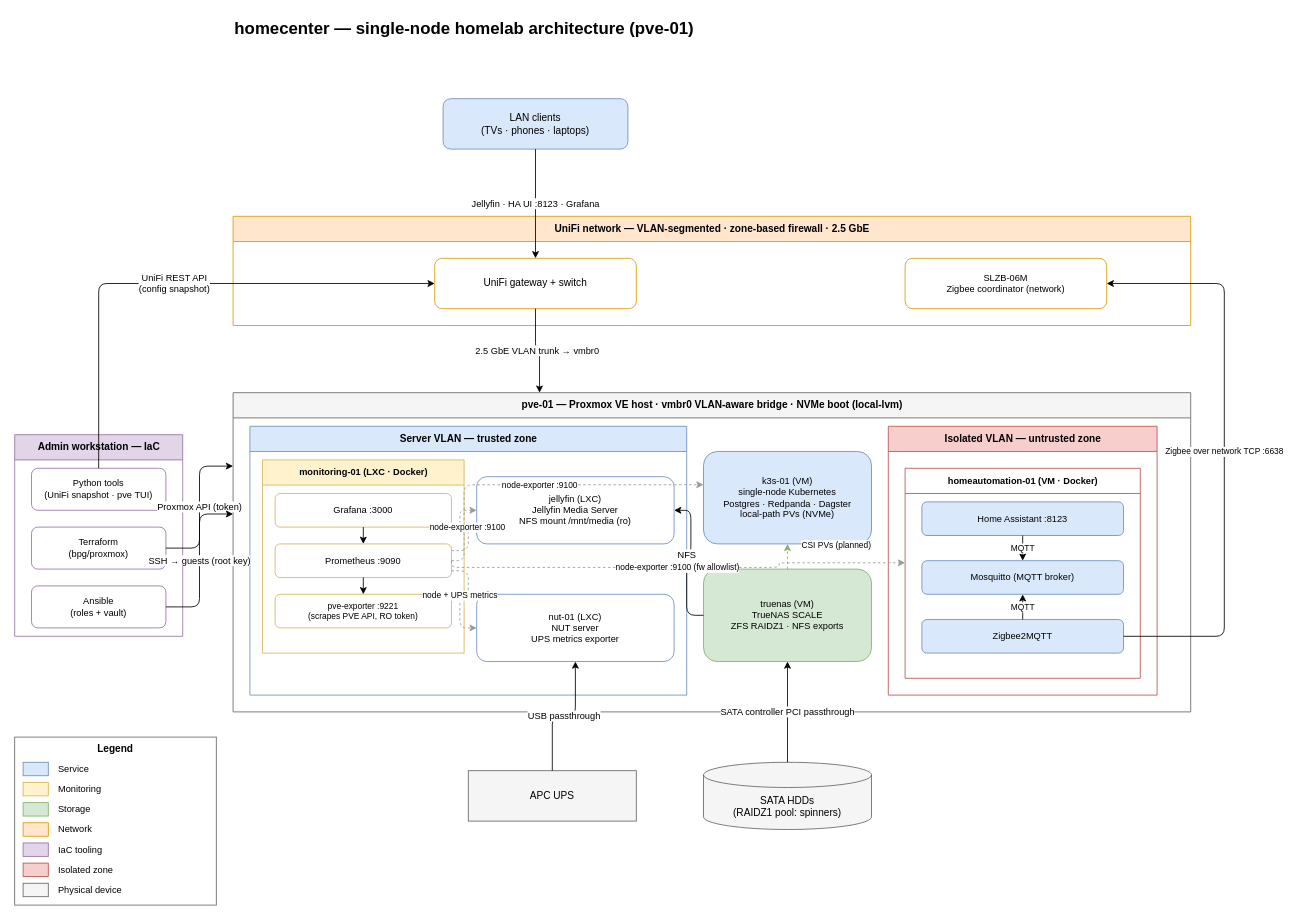
This is docs/architecture/homelab-architecture.drawio from filipkristofiak/homecenter-overview, a draw.io file, before an edit. Source tidied: cells renumbered, new cells numbered last; positions are measured from the earlier drawing's top-left corner, leaving out a move shared by most shapes. Both pictures are drawn from the tidied source at 84%, with x=0, y=0 at pixel (14, 14).
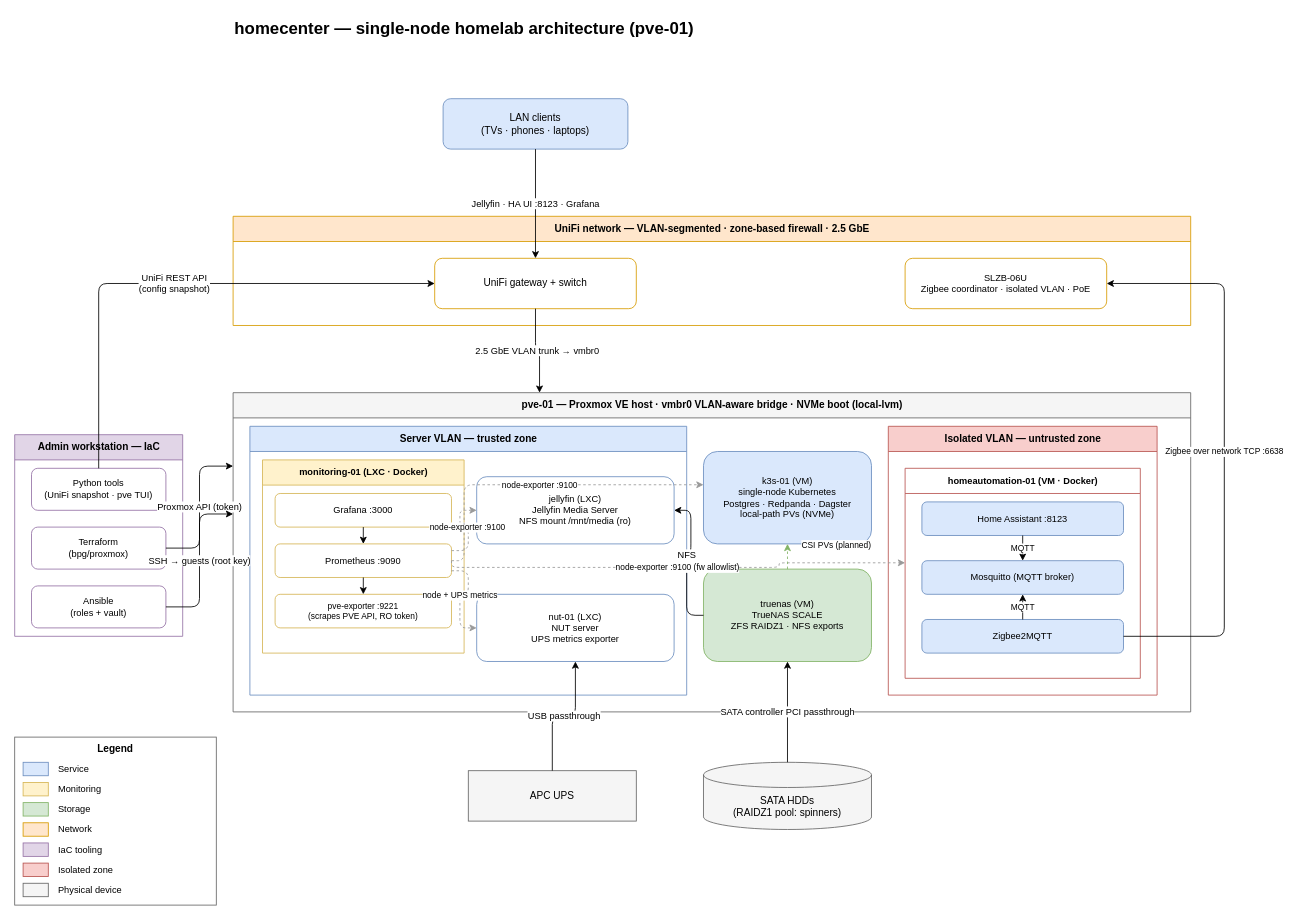
Above is the later version.

The change refers to these unchanged cells:
```xml
<mxCell id="8" value="UniFi network — VLAN-segmented · zone-based firewall · 2.5 GbE" style="swimlane;startSize=30;html=1;fillColor=#ffe6cc;strokeColor=#d79b00;fontStyle=1;" parent="1" vertex="1">
  <mxGeometry x="260" y="240" width="1140" height="130" as="geometry" />
</mxCell>
```

Diff of the diagram source:
```diff
@@
-    <mxCell id="10" value="SLZB-06M&#10;Zigbee coordinator (network)" style="rounded=1;whiteSpace=wrap;html=1;fillColor=#ffffff;strokeColor=#d79b00;fontSize=11;" parent="8" vertex="1">
+    <mxCell id="10" value="SLZB-06U&#10;Zigbee coordinator · isolated VLAN · PoE" style="rounded=1;whiteSpace=wrap;html=1;fillColor=#ffffff;strokeColor=#d79b00;fontSize=11;" parent="8" vertex="1">
       <mxGeometry x="800" y="50" width="240" height="60" as="geometry" />
     </mxCell>
```
